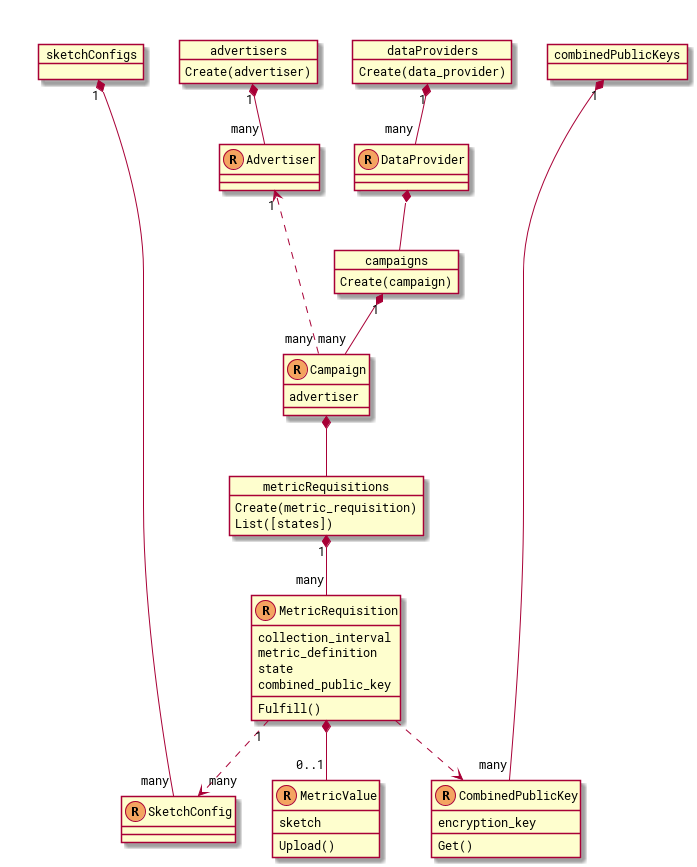
world-federation-of-advertisers/cross-media-measurement keeps this PlantUML diagram as docs/diagrams/api_resources.png. Above is the earlier version. Its source is kept beside it as docs/diagrams/api_resources.pu.
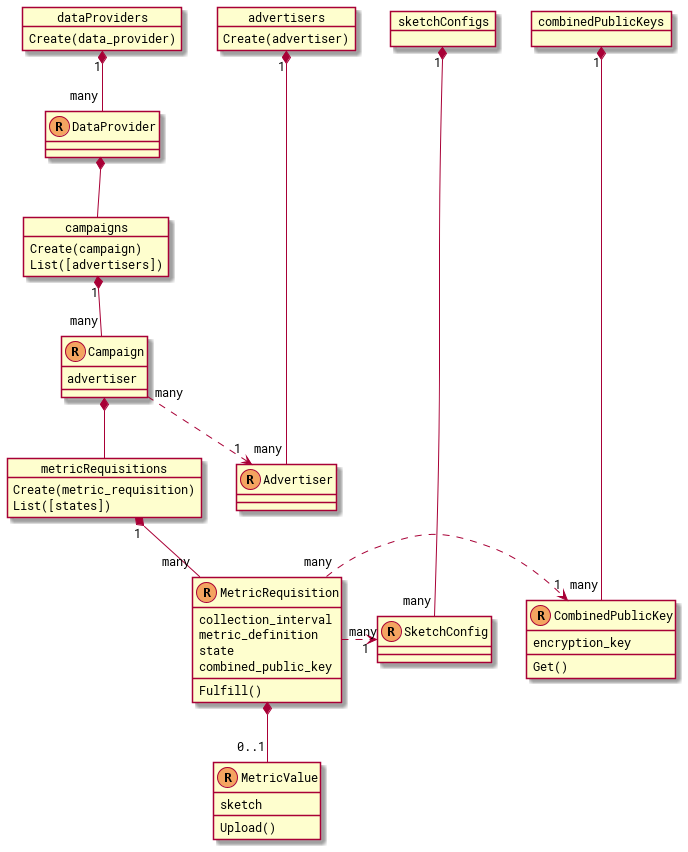
After the change.

The edit, as a diff of the source:
```diff
@@ -1,4 +1,5 @@
 @startuml
+
 !unquoted procedure resource($type)
   class $type << (R, SandyBrown) >>
 !endprocedure
@@ -42,6 +43,7 @@
 }
 collection(campaigns, Campaign) {
   Create(campaign)
+  List([advertisers])
 }
 
 resource(MetricRequisition) {
@@ -64,8 +66,8 @@
 Campaign *-- metricRequisitions
 
 MetricRequisition *-- "0..1" MetricValue
-MetricRequisition "1" ..> "many" SketchConfig
-MetricRequisition ..> CombinedPublicKey
+MetricRequisition "many" .> " 1" SketchConfig
+MetricRequisition "many" .> "1" CombinedPublicKey
 
 Advertiser -[hidden]> DataProvider
 
```
